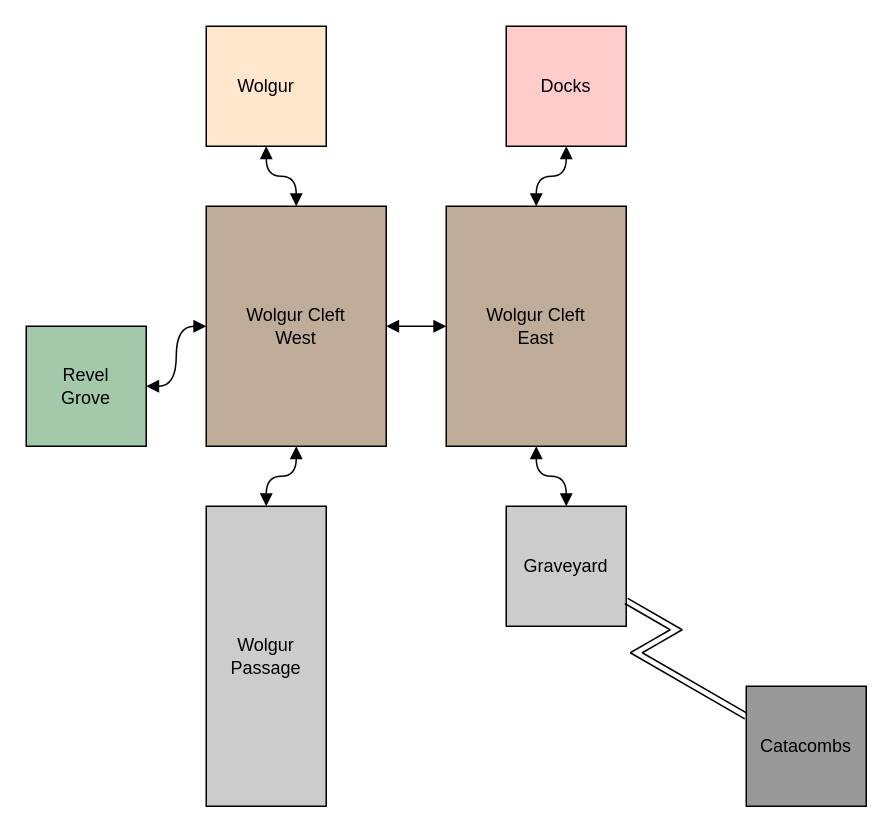
Before: map_data/WorldMap.drawio in maldrasen/rhysh, a draw.io diagram. Source tidied: cells renumbered, new cells numbered last; positions are measured from the earlier drawing's top-left corner, leaving out a move shared by most shapes. Both pictures are drawn from the tidied source at 150%, with x=0, y=0 at pixel (26, 26).
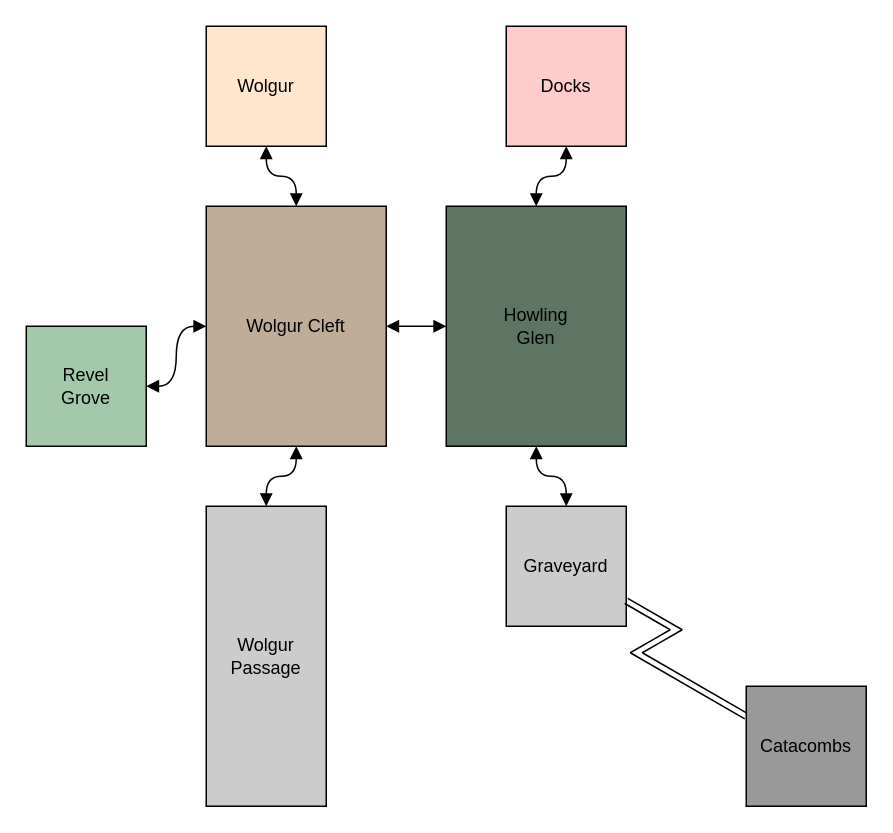
The same diagram, later.

Commit message (it also covers changes not shown here):
Added the Wolgur Cleft data file

Diff of the diagram source:
```diff
@@
 <mxGraphModel>
   <root>
     <mxCell id="0" />
     <mxCell id="1" parent="0" />
     <mxCell id="2" style="edgeStyle=orthogonalEdgeStyle;rounded=0;jettySize=auto;html=1;entryX=0.5;entryY=0;entryDx=0;entryDy=0;curved=1;startArrow=block;startFill=1;endArrow=block;endFill=1;" parent="1" edge="1" source="3" target="6">
       <mxGeometry relative="1" as="geometry" />
     </mxCell>
     <mxCell id="3" value="Wolgur" style="rounded=0;whiteSpace=wrap;html=1;fillColor=#FFE6CC;" parent="1" vertex="1">
       <mxGeometry x="120" width="80" height="80" as="geometry" />
     </mxCell>
     <mxCell id="4" style="edgeStyle=orthogonalEdgeStyle;curved=1;rounded=0;jettySize=auto;html=1;entryX=0;entryY=0.5;entryDx=0;entryDy=0;startArrow=block;startFill=1;endArrow=block;endFill=1;" parent="1" edge="1" source="6" target="8">
       <mxGeometry relative="1" as="geometry" />
     </mxCell>
     <mxCell id="5" style="edgeStyle=orthogonalEdgeStyle;curved=1;rounded=0;jettySize=auto;html=1;entryX=0.5;entryY=0;entryDx=0;entryDy=0;startArrow=block;startFill=1;endArrow=block;endFill=1;" parent="1" edge="1" source="6" target="14">
       <mxGeometry relative="1" as="geometry" />
     </mxCell>
-    <mxCell id="6" value="Wolgur Cleft&lt;br&gt;West" style="rounded=0;whiteSpace=wrap;html=1;fillColor=#BFAD99;" parent="1" vertex="1">
+    <mxCell id="6" value="Wolgur Cleft" style="rounded=0;whiteSpace=wrap;html=1;fillColor=#BFAD99;" parent="1" vertex="1">
       <mxGeometry x="120" y="120" width="120" height="160" as="geometry" />
     </mxCell>
     <mxCell id="7" style="edgeStyle=orthogonalEdgeStyle;curved=1;rounded=0;jettySize=auto;html=1;exitX=0.5;exitY=1;exitDx=0;exitDy=0;entryX=0.5;entryY=0;entryDx=0;entryDy=0;startArrow=block;startFill=1;endArrow=block;endFill=1;" parent="1" edge="1" source="8" target="11">
       <mxGeometry relative="1" as="geometry" />
     </mxCell>
-    <mxCell id="8" value="Wolgur Cleft&lt;br&gt;East" style="rounded=0;whiteSpace=wrap;html=1;fillColor=#BFAD99;" parent="1" vertex="1">
+    <mxCell id="8" value="Howling&lt;br&gt;Glen" style="rounded=0;whiteSpace=wrap;html=1;fillColor=#5F7563;" parent="1" vertex="1">
       <mxGeometry x="280" y="120" width="120" height="160" as="geometry" />
     </mxCell>
     <mxCell id="9" style="edgeStyle=orthogonalEdgeStyle;curved=1;rounded=0;jettySize=auto;html=1;exitX=0.5;exitY=1;exitDx=0;exitDy=0;entryX=0.5;entryY=0;entryDx=0;entryDy=0;startArrow=block;startFill=1;endArrow=block;endFill=1;" parent="1" edge="1" source="10" target="8">
       <mxGeometry relative="1" as="geometry" />
     </mxCell>
     <mxCell id="10" value="Docks" style="rounded=0;whiteSpace=wrap;html=1;fillColor=#FFCCCC;" parent="1" vertex="1">
       <mxGeometry x="320" width="80" height="80" as="geometry" />
     </mxCell>
     <mxCell id="11" value="Graveyard" style="rounded=0;whiteSpace=wrap;html=1;fillColor=#CCCCCC;" parent="1" vertex="1">
       <mxGeometry x="320" y="320" width="80" height="80" as="geometry" />
     </mxCell>
     <mxCell id="12" style="edgeStyle=isometricEdgeStyle;rounded=0;jettySize=auto;html=1;startArrow=block;startFill=1;endArrow=block;endFill=1;shape=link;exitX=0;exitY=0.25;exitDx=0;exitDy=0;elbow=vertical;" parent="1" edge="1" source="13" target="11">
       <mxGeometry relative="1" as="geometry" />
     </mxCell>
     <mxCell id="13" value="Catacombs" style="rounded=0;whiteSpace=wrap;html=1;fillColor=#999999;" parent="1" vertex="1">
       <mxGeometry x="480" y="440" width="80" height="80" as="geometry" />
     </mxCell>
     <mxCell id="14" value="Wolgur&lt;br&gt;Passage" style="rounded=0;whiteSpace=wrap;html=1;fillColor=#CCCCCC;" parent="1" vertex="1">
       <mxGeometry x="120" y="320" width="80" height="200" as="geometry" />
     </mxCell>
     <mxCell id="15" style="edgeStyle=orthogonalEdgeStyle;curved=1;rounded=0;jettySize=auto;html=1;entryX=0;entryY=0.5;entryDx=0;entryDy=0;startArrow=block;startFill=1;endArrow=block;endFill=1;" parent="1" edge="1" source="16" target="6">
       <mxGeometry relative="1" as="geometry" />
     </mxCell>
     <mxCell id="16" value="Revel&lt;br&gt;Grove" style="rounded=0;whiteSpace=wrap;html=1;fillColor=#A3C9AA;" parent="1" vertex="1">
       <mxGeometry y="200" width="80" height="80" as="geometry" />
     </mxCell>
   </root>
 </mxGraphModel>
```
